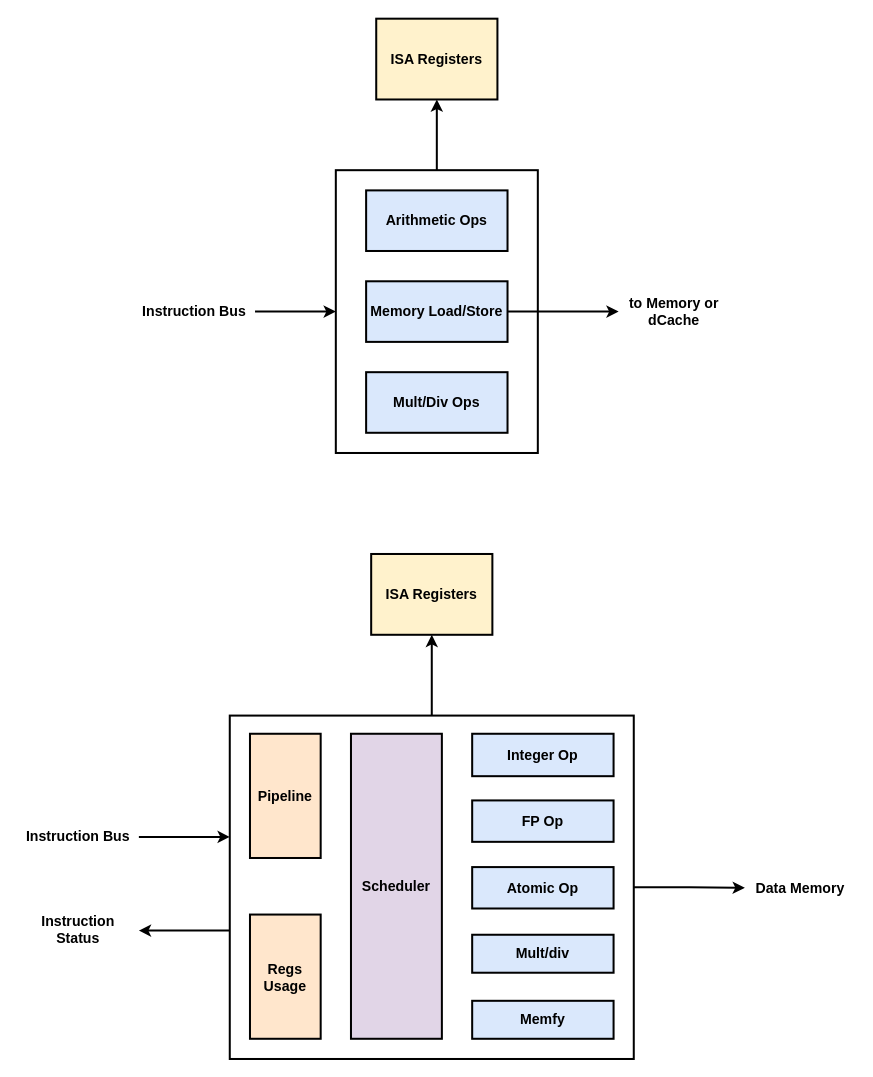
Above: page "Processing Unit" (7 of 11) of doc/friscv.drawio in dpretet/friscv (draw.io), before the change. Source tidied: cells renumbered, new cells numbered last; positions are measured from the earlier drawing's top-left corner, leaving out a move shared by most shapes. Both pictures are drawn from the tidied source at 101%, with x=0, y=0 at pixel (17, 18).
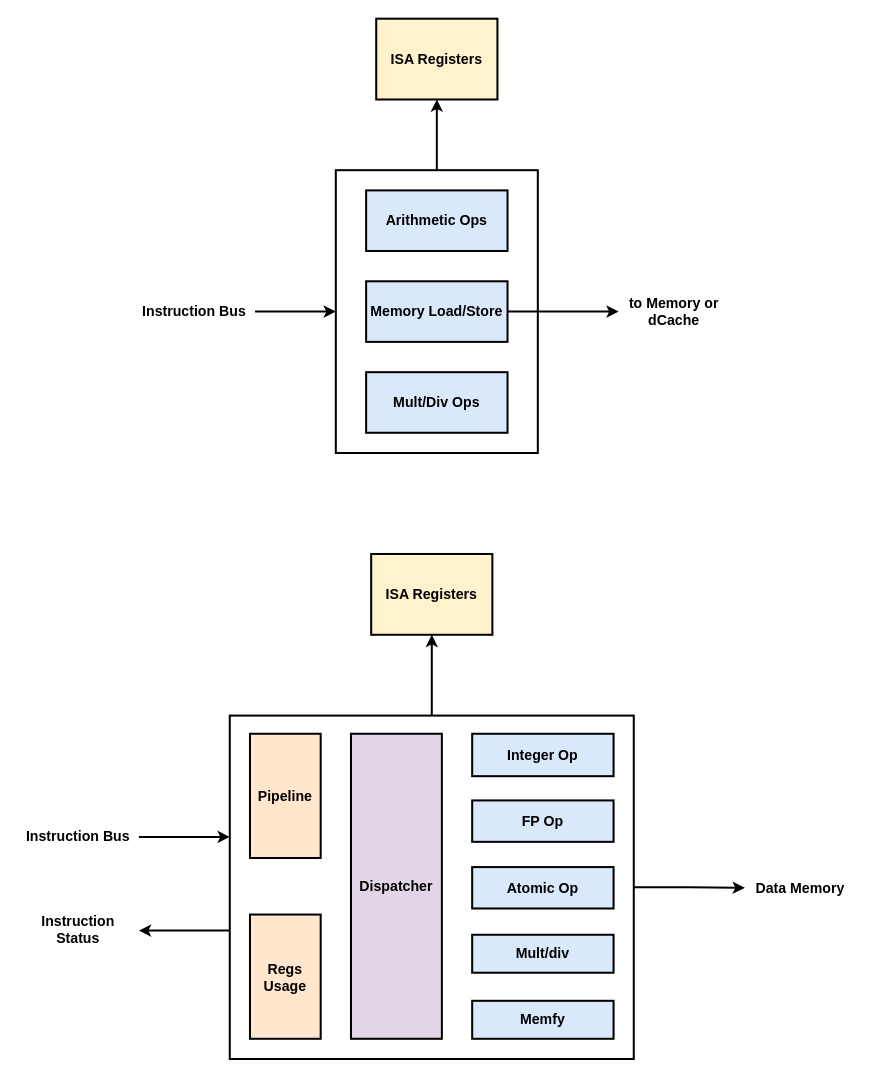
The same page after the edit.

What changed in the source:
```diff
@@
-    <mxCell id="18" value="Scheduler" style="rounded=0;whiteSpace=wrap;html=1;fontSize=14;align=center;fillColor=#e1d5e7;strokeWidth=2;fontStyle=1;" parent="1" vertex="1">
+    <mxCell id="18" value="Dispatcher" style="rounded=0;whiteSpace=wrap;html=1;fontSize=14;align=center;fillColor=#e1d5e7;strokeWidth=2;fontStyle=1;" parent="1" vertex="1">
       <mxGeometry x="330" y="708" width="90" height="302" as="geometry" />
     </mxCell>
```
